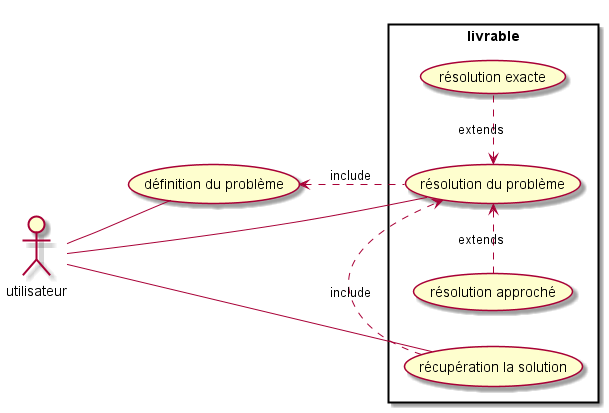
JHilleri/projet_recherche_developpement keeps this PlantUML diagram as rapport/parts/description_generale/use_cases.png. Above is the earlier version.
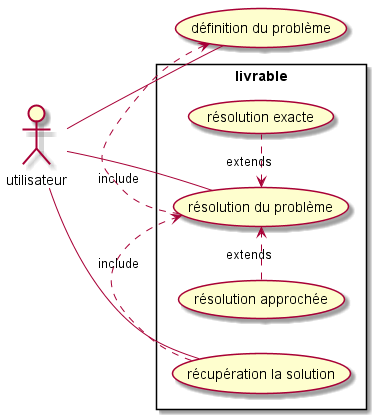
After the commit.

Diff of the diagram source:
```diff
@@ -8,7 +8,7 @@
 rectangle livrable {
     usecase (résolution du problème) as resolve
     usecase (résolution exacte) as exact
-    usecase (résolution approché) as heuristique
+    usecase (résolution approchée) as heuristique
     usecase (récupération la solution) as get_solution
 
     user -- resolve
```
